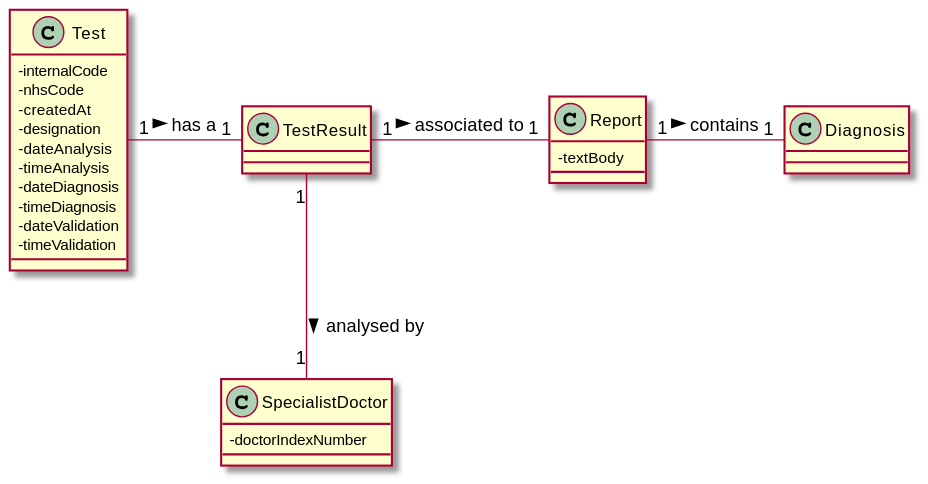
The PlantUML diagram docs/SprintC/US14/US14_DM.svg in MadDinosaur/ISEP-LAPR2, before a commit.
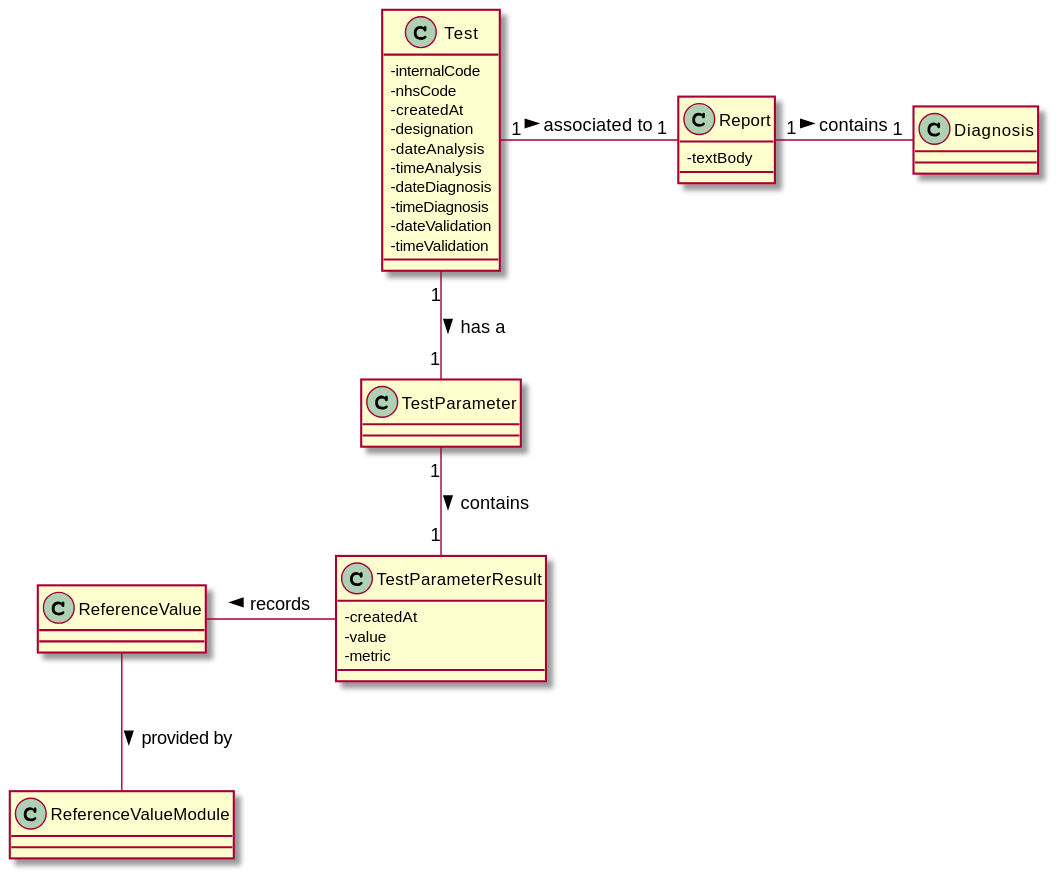
The same file after the commit.

The edit, as a diff of the source:
```diff
@@ -15,21 +15,24 @@
 -timeValidation
 }
 
-class TestResult
-
-class SpecialistDoctor {
--doctorIndexNumber
-}
-
 class Diagnosis
 
 class Report {
 -textBody
 }
 
-Test "1"-"1" TestResult: has a >
-TestResult "1"-"1" Report: associated to >
+class TestParameterResult {
+-createdAt
+-value
+-metric
+}
+
+
+Test "1"-down-"1" TestParameter: has a >
+TestParameter "1"-down-"1" TestParameterResult: contains >
+Test "1"-"1" Report: associated to >
 Report "1"-"1" Diagnosis: contains >
-TestResult "1"-down-"1" SpecialistDoctor: analysed by >
+TestParameterResult -left- ReferenceValue: records >
+ReferenceValue -down- ReferenceValueModule: provided by >
 
 @enduml
```
